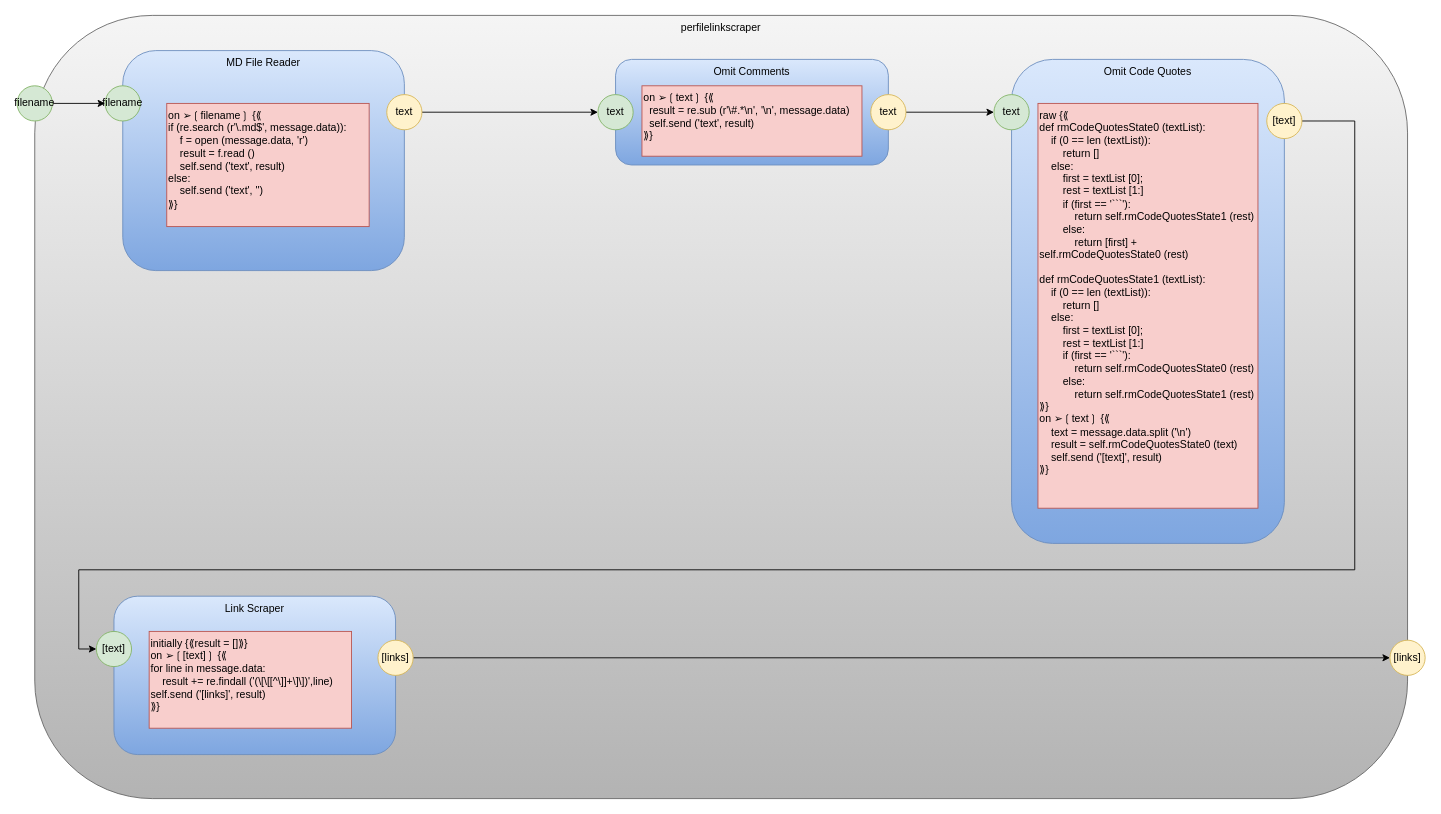
Before: poc/perfilelinkscraper.drawio in guitarvydas/pypm, a draw.io diagram. Source tidied: cells renumbered, new cells numbered last; positions are measured from the earlier drawing's top-left corner, leaving out a move shared by most shapes. Both pictures are drawn from the tidied source at 88%, with x=0, y=0 at pixel (17, 15).
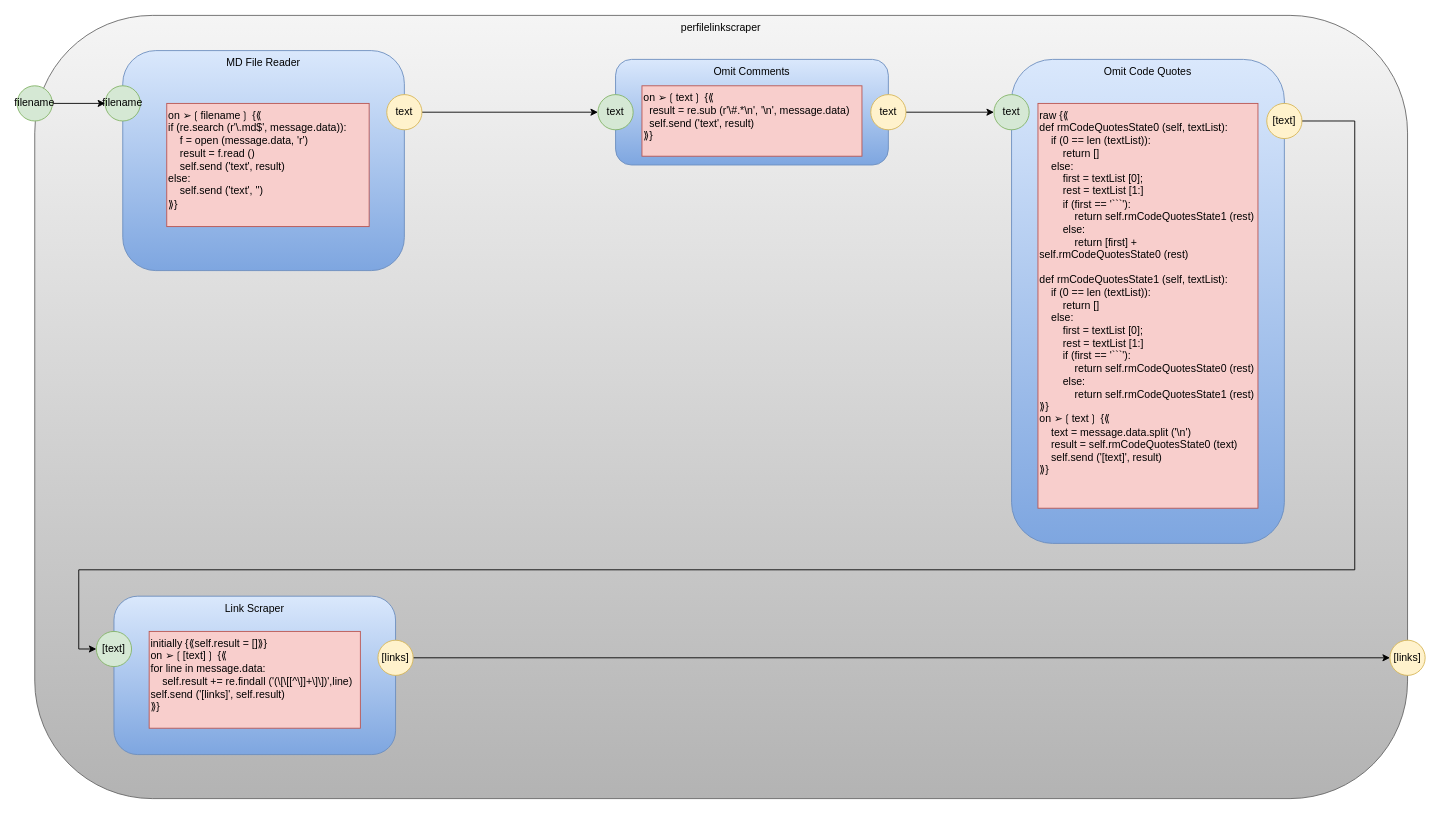
After the change.

Change to the diagram source:
````diff
@@
-    <mxCell id="22" value="&lt;div&gt;&lt;div&gt;&lt;div&gt;&lt;div&gt;&lt;div&gt;raw {⟪&lt;/div&gt;&lt;div&gt;def rmCodeQuotesState0 (textList):&lt;/div&gt;&lt;div&gt;&amp;nbsp; &amp;nbsp; if (0 == len (textList)):&lt;/div&gt;&lt;div&gt;&amp;nbsp; &amp;nbsp; &amp;nbsp; &amp;nbsp; return []&lt;/div&gt;&lt;div&gt;&amp;nbsp; &amp;nbsp; else:&lt;/div&gt;&lt;div&gt;&amp;nbsp; &amp;nbsp; &amp;nbsp; &amp;nbsp; first = textList [0];&lt;/div&gt;&lt;div&gt;&amp;nbsp; &amp;nbsp; &amp;nbsp; &amp;nbsp; rest = textList [1:]&lt;/div&gt;&lt;div&gt;&amp;nbsp; &amp;nbsp; &amp;nbsp; &amp;nbsp; if (first == '```'):&lt;/div&gt;&lt;div&gt;&amp;nbsp; &amp;nbsp; &amp;nbsp; &amp;nbsp; &amp;nbsp; &amp;nbsp; return self.rmCodeQuotesState1 (rest)&lt;/div&gt;&lt;div&gt;&amp;nbsp; &amp;nbsp; &amp;nbsp; &amp;nbsp; else:&lt;/div&gt;&lt;div&gt;&amp;nbsp; &amp;nbsp; &amp;nbsp; &amp;nbsp; &amp;nbsp; &amp;nbsp; return [first] + self.rmCodeQuotesState0 (rest)&lt;/div&gt;&lt;div&gt;&amp;nbsp; &amp;nbsp; &amp;nbsp; &amp;nbsp;&amp;nbsp;&lt;/div&gt;&lt;div&gt;def rmCodeQuotesState1 (textList):&lt;/div&gt;&lt;div&gt;&amp;nbsp; &amp;nbsp; if (0 == len (textList)):&lt;/div&gt;&lt;div&gt;&amp;nbsp; &amp;nbsp; &amp;nbsp; &amp;nbsp; return []&lt;/div&gt;&lt;div&gt;&amp;nbsp; &amp;nbsp; else:&lt;/div&gt;&lt;div&gt;&amp;nbsp; &amp;nbsp; &amp;nbsp; &amp;nbsp; first = textList [0];&lt;/div&gt;&lt;div&gt;&amp;nbsp; &amp;nbsp; &amp;nbsp; &amp;nbsp; rest = textList [1:]&lt;/div&gt;&lt;div&gt;&amp;nbsp; &amp;nbsp; &amp;nbsp; &amp;nbsp; if (first == '```'):&lt;/div&gt;&lt;div&gt;&amp;nbsp; &amp;nbsp; &amp;nbsp; &amp;nbsp; &amp;nbsp; &amp;nbsp; return self.rmCodeQuotesState0 (rest)&lt;/div&gt;&lt;div&gt;&amp;nbsp; &amp;nbsp; &amp;nbsp; &amp;nbsp; else:&lt;/div&gt;&lt;div&gt;&amp;nbsp; &amp;nbsp; &amp;nbsp; &amp;nbsp; &amp;nbsp; &amp;nbsp; return self.rmCodeQuotesState1 (rest)&lt;/div&gt;&lt;div&gt;⟫}&lt;/div&gt;&lt;div&gt;on ➢❲text❳ {⟪&lt;/div&gt;&lt;div&gt;&amp;nbsp; &amp;nbsp; text = message.data.split ('\n')&lt;/div&gt;&lt;div&gt;&amp;nbsp; &amp;nbsp; result = self.rmCodeQuotesState0 (text)&lt;/div&gt;&lt;div&gt;&amp;nbsp; &amp;nbsp; self.send ('[text]', result)&lt;/div&gt;&lt;div&gt;⟫}&lt;/div&gt;&lt;/div&gt;&lt;/div&gt;&lt;/div&gt;&lt;/div&gt;&lt;div&gt;&lt;br&gt;&lt;/div&gt;" style="rounded=0;whiteSpace=wrap;html=1;align=left;verticalAlign=top;fillColor=#f8cecc;strokeColor=#b85450;" parent="1" vertex="1">
+    <mxCell id="22" value="&lt;div&gt;&lt;div&gt;&lt;div&gt;&lt;div&gt;&lt;div&gt;&lt;div&gt;raw {⟪&lt;/div&gt;&lt;div&gt;def rmCodeQuotesState0 (self, textList):&lt;/div&gt;&lt;div&gt;&amp;nbsp; &amp;nbsp; if (0 == len (textList)):&lt;/div&gt;&lt;div&gt;&amp;nbsp; &amp;nbsp; &amp;nbsp; &amp;nbsp; return []&lt;/div&gt;&lt;div&gt;&amp;nbsp; &amp;nbsp; else:&lt;/div&gt;&lt;div&gt;&amp;nbsp; &amp;nbsp; &amp;nbsp; &amp;nbsp; first = textList [0];&lt;/div&gt;&lt;div&gt;&amp;nbsp; &amp;nbsp; &amp;nbsp; &amp;nbsp; rest = textList [1:]&lt;/div&gt;&lt;div&gt;&amp;nbsp; &amp;nbsp; &amp;nbsp; &amp;nbsp; if (first == '```'):&lt;/div&gt;&lt;div&gt;&amp;nbsp; &amp;nbsp; &amp;nbsp; &amp;nbsp; &amp;nbsp; &amp;nbsp; return self.rmCodeQuotesState1 (rest)&lt;/div&gt;&lt;div&gt;&amp;nbsp; &amp;nbsp; &amp;nbsp; &amp;nbsp; else:&lt;/div&gt;&lt;div&gt;&amp;nbsp; &amp;nbsp; &amp;nbsp; &amp;nbsp; &amp;nbsp; &amp;nbsp; return [first] + self.rmCodeQuotesState0 (rest)&lt;/div&gt;&lt;div&gt;&amp;nbsp; &amp;nbsp; &amp;nbsp; &amp;nbsp;&amp;nbsp;&lt;/div&gt;&lt;div&gt;def rmCodeQuotesState1 (self, textList):&lt;/div&gt;&lt;div&gt;&amp;nbsp; &amp;nbsp; if (0 == len (textList)):&lt;/div&gt;&lt;div&gt;&amp;nbsp; &amp;nbsp; &amp;nbsp; &amp;nbsp; return []&lt;/div&gt;&lt;div&gt;&amp;nbsp; &amp;nbsp; else:&lt;/div&gt;&lt;div&gt;&amp;nbsp; &amp;nbsp; &amp;nbsp; &amp;nbsp; first = textList [0];&lt;/div&gt;&lt;div&gt;&amp;nbsp; &amp;nbsp; &amp;nbsp; &amp;nbsp; rest = textList [1:]&lt;/div&gt;&lt;div&gt;&amp;nbsp; &amp;nbsp; &amp;nbsp; &amp;nbsp; if (first == '```'):&lt;/div&gt;&lt;div&gt;&amp;nbsp; &amp;nbsp; &amp;nbsp; &amp;nbsp; &amp;nbsp; &amp;nbsp; return self.rmCodeQuotesState0 (rest)&lt;/div&gt;&lt;div&gt;&amp;nbsp; &amp;nbsp; &amp;nbsp; &amp;nbsp; else:&lt;/div&gt;&lt;div&gt;&amp;nbsp; &amp;nbsp; &amp;nbsp; &amp;nbsp; &amp;nbsp; &amp;nbsp; return self.rmCodeQuotesState1 (rest)&lt;/div&gt;&lt;div&gt;⟫}&lt;/div&gt;&lt;div&gt;on ➢❲text❳ {⟪&lt;/div&gt;&lt;div&gt;&amp;nbsp; &amp;nbsp; text = message.data.split ('\n')&lt;/div&gt;&lt;div&gt;&amp;nbsp; &amp;nbsp; result = self.rmCodeQuotesState0 (text)&lt;/div&gt;&lt;div&gt;&amp;nbsp; &amp;nbsp; self.send ('[text]', result)&lt;/div&gt;&lt;div&gt;⟫}&lt;/div&gt;&lt;/div&gt;&lt;/div&gt;&lt;/div&gt;&lt;/div&gt;&lt;/div&gt;&lt;div&gt;&lt;br&gt;&lt;/div&gt;" style="rounded=0;whiteSpace=wrap;html=1;align=left;verticalAlign=top;fillColor=#f8cecc;strokeColor=#b85450;" parent="1" vertex="1">
       <mxGeometry x="1160" y="100" width="250" height="460" as="geometry" />
     </mxCell>
@@
-    <mxCell id="25" value="&lt;div&gt;&lt;div&gt;&lt;div&gt;initially {⟪result = []⟫}&lt;/div&gt;&lt;div&gt;on ➢❲[text]❳ {⟪&lt;/div&gt;&lt;div&gt;for line in message.data:&lt;/div&gt;&lt;div&gt;&amp;nbsp; &amp;nbsp; result += re.findall ('(\[\[[^\]]+\]\])',line)&lt;/div&gt;&lt;div&gt;self.send ('[links]', result)&lt;/div&gt;&lt;div&gt;⟫}&lt;/div&gt;&lt;/div&gt;&lt;/div&gt;&lt;div&gt;&lt;br&gt;&lt;/div&gt;" style="rounded=0;whiteSpace=wrap;html=1;align=left;verticalAlign=top;fillColor=#f8cecc;strokeColor=#b85450;" parent="1" vertex="1">
-      <mxGeometry x="150" y="700" width="230" height="110" as="geometry" />
+    <mxCell id="25" value="&lt;div&gt;&lt;div&gt;&lt;div&gt;&lt;div&gt;&lt;div&gt;initially {⟪self.result = []⟫}&lt;/div&gt;&lt;div&gt;on ➢❲[text]❳ {⟪&lt;/div&gt;&lt;div&gt;for line in message.data:&lt;/div&gt;&lt;div&gt;&amp;nbsp; &amp;nbsp; self.result += re.findall ('(\[\[[^\]]+\]\])',line)&lt;/div&gt;&lt;div&gt;self.send ('[links]', self.result)&lt;/div&gt;&lt;div&gt;⟫}&lt;/div&gt;&lt;/div&gt;&lt;/div&gt;&lt;/div&gt;&lt;/div&gt;&lt;div&gt;&lt;br&gt;&lt;/div&gt;" style="rounded=0;whiteSpace=wrap;html=1;align=left;verticalAlign=top;fillColor=#f8cecc;strokeColor=#b85450;" parent="1" vertex="1">
+      <mxGeometry x="150" y="700" width="240" height="110" as="geometry" />
     </mxCell>
````
